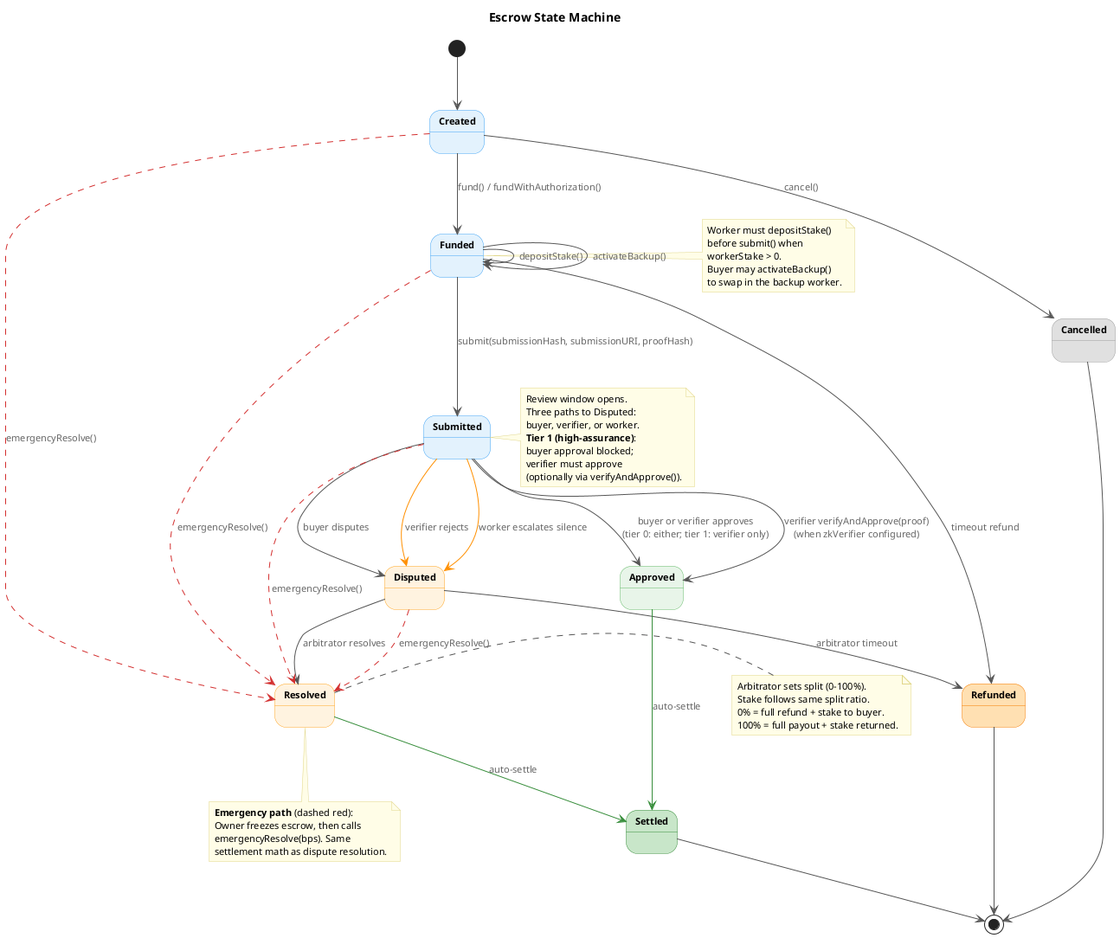
This is docs/diagrams/state-machine.png from eddiefleurent/agent-escrow, a PlantUML export, as it was before one commit.
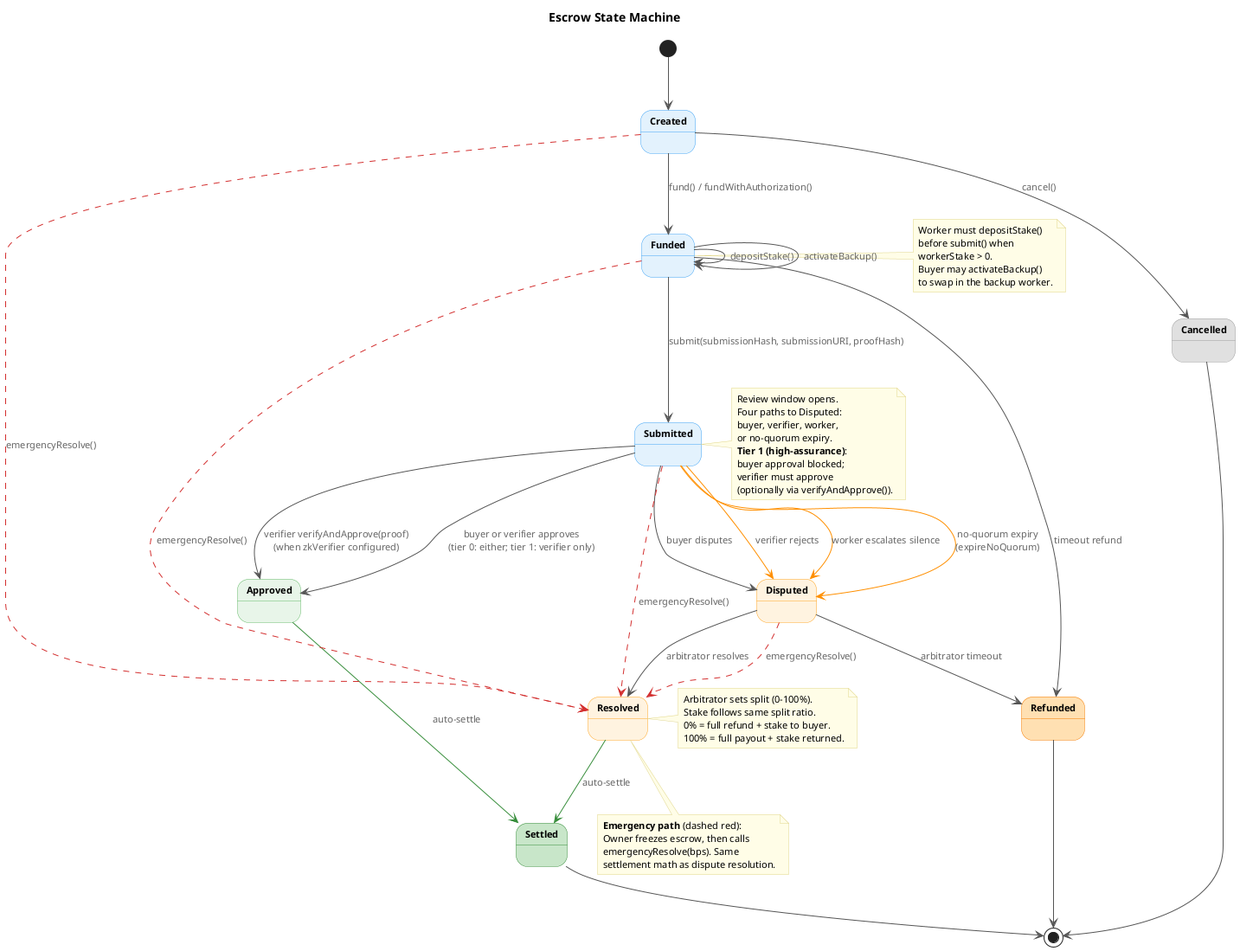
Later version of the same file.

Diff of the diagram source:
```diff
@@ -47,6 +47,7 @@
 Submitted --> Disputed : buyer disputes
 Submitted -[#FF8F00]-> Disputed : verifier rejects
 Submitted -[#FF8F00]-> Disputed : worker escalates silence
+Submitted -[#FF8F00]-> Disputed : no-quorum expiry\n(expireNoQuorum)
 
 Disputed --> Resolved : arbitrator resolves
 Disputed --> Refunded : arbitrator timeout
@@ -73,8 +74,9 @@
 
 note right of Submitted
   Review window opens.
-  Three paths to Disputed:
-  buyer, verifier, or worker.
+  Four paths to Disputed:
+  buyer, verifier, worker,
+  or no-quorum expiry.
   **Tier 1 (high-assurance)**:
   buyer approval blocked;
   verifier must approve
```
